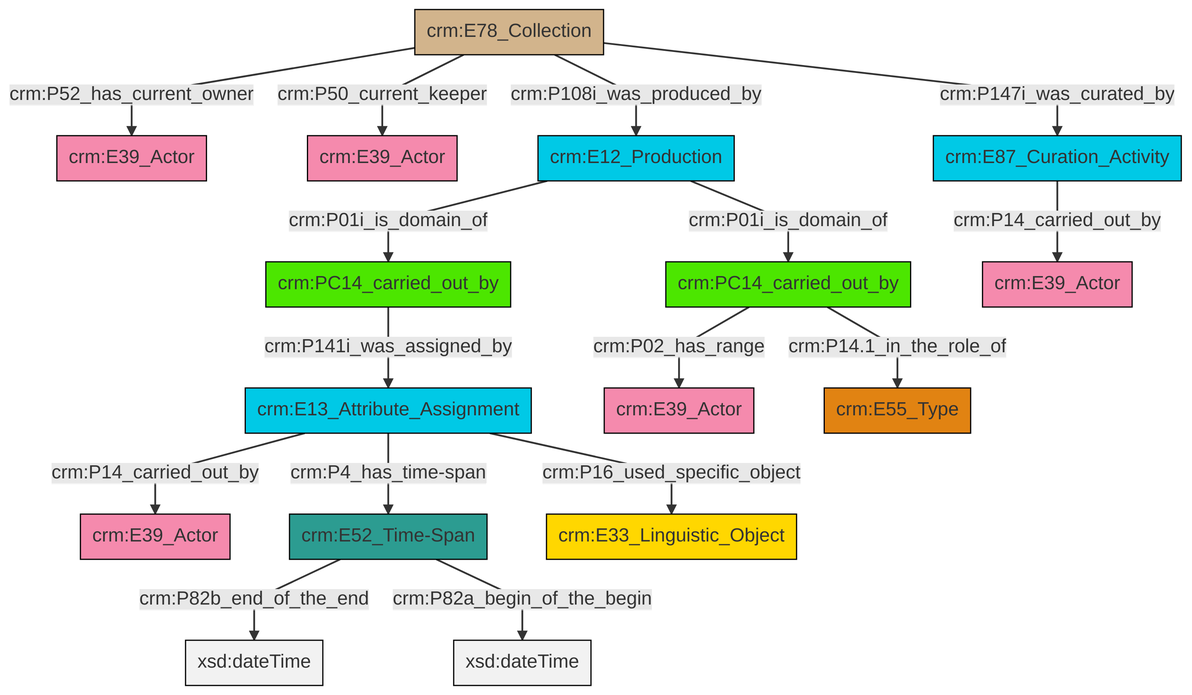
This is et/archivalCSV/ttl/mmd/png/archival_relation.png from swiss-art-research-net/docs.swissartresearch, a Mermaid export, as it was before one commit. Its source is kept beside it as et/archivalCSV/ttl/mmd/archival_relation.ttl.mmd.
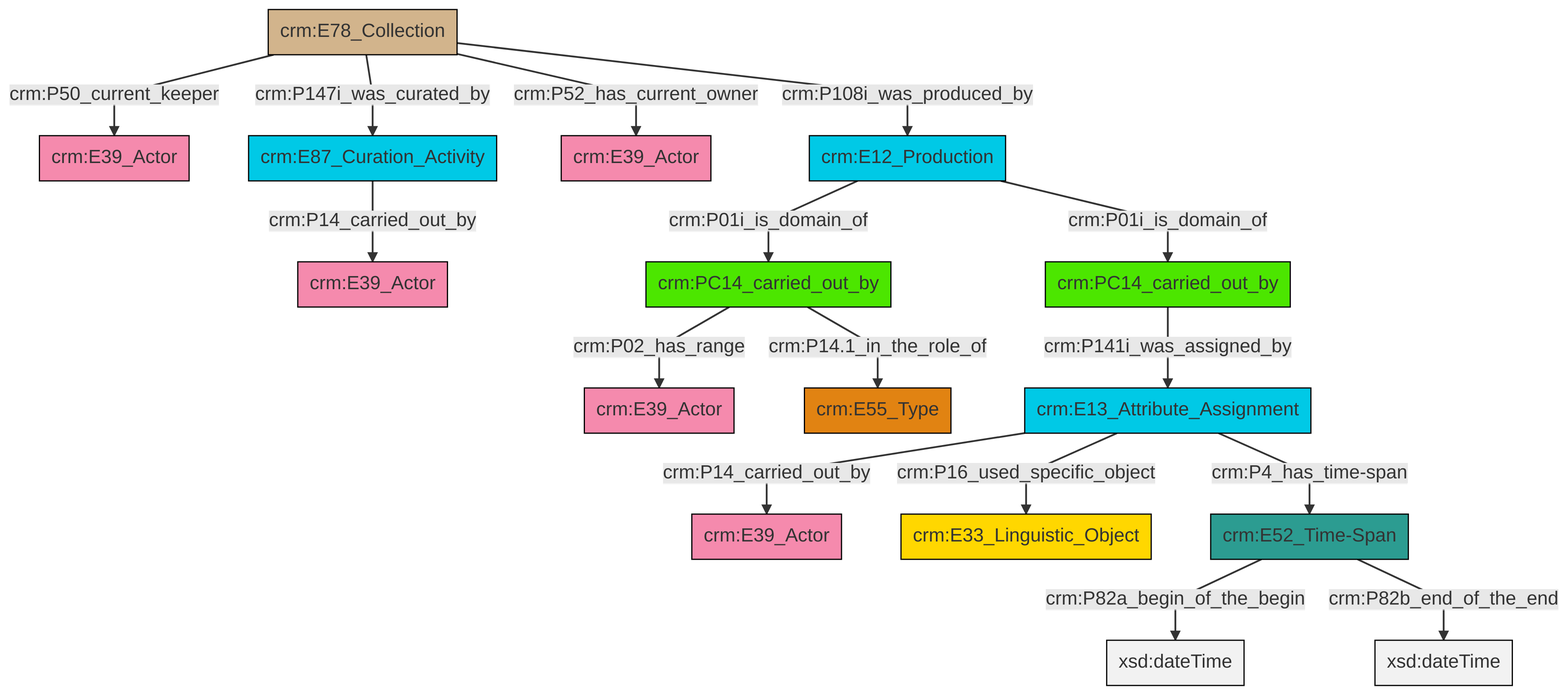
After the commit.

What changed in the source:
```diff
@@ -13,18 +13,18 @@
 classDef PC_Classes fill:#4ce600, stroke:#000000;
 classDef Multi fill:#cccccc,stroke:#000000;
 
-2["crm:E13_Attribute_Assignment"]:::Temporal_Entity -->|crm:P14_carried_out_by| 3["crm:E39_Actor"]:::Actor
-4["crm:PC14_carried_out_by"]:::PC_Classes -->|crm:P141i_was_assigned_by| 2["crm:E13_Attribute_Assignment"]:::Temporal_Entity
-5["crm:E52_Time-Span"]:::Time-Span -->|crm:P82b_end_of_the_end| 6[xsd:dateTime]:::Literal
-9["crm:E78_Collection"]:::Physical_Thing -->|crm:P50_current_keeper| 10["crm:E39_Actor"]:::Actor
-0["crm:PC14_carried_out_by"]:::PC_Classes -->|crm:P02_has_range| 15["crm:E39_Actor"]:::Actor
-9["crm:E78_Collection"]:::Physical_Thing -->|crm:P52_has_current_owner| 7["crm:E39_Actor"]:::Actor
-9["crm:E78_Collection"]:::Physical_Thing -->|crm:P108i_was_produced_by| 17["crm:E12_Production"]:::Temporal_Entity
-5["crm:E52_Time-Span"]:::Time-Span -->|crm:P82a_begin_of_the_begin| 22[xsd:dateTime]:::Literal
-0["crm:PC14_carried_out_by"]:::PC_Classes -->|crm:P14.1_in_the_role_of| 24["crm:E55_Type"]:::Type
-17["crm:E12_Production"]:::Temporal_Entity -->|crm:P01i_is_domain_of| 4["crm:PC14_carried_out_by"]:::PC_Classes
-2["crm:E13_Attribute_Assignment"]:::Temporal_Entity -->|crm:P16_used_specific_object| 11["crm:E33_Linguistic_Object"]:::Conceptual_Object
-2["crm:E13_Attribute_Assignment"]:::Temporal_Entity -->|crm:P4_has_time-span| 5["crm:E52_Time-Span"]:::Time-Span
-13["crm:E87_Curation_Activity"]:::Temporal_Entity -->|crm:P14_carried_out_by| 19["crm:E39_Actor"]:::Actor
-9["crm:E78_Collection"]:::Physical_Thing -->|crm:P147i_was_curated_by| 13["crm:E87_Curation_Activity"]:::Temporal_Entity
-17["crm:E12_Production"]:::Temporal_Entity -->|crm:P01i_is_domain_of| 0["crm:PC14_carried_out_by"]:::PC_Classes
+2["crm:E13_Attribute_Assignment"]:::Temporal_Entity -->|crm:P14_carried_out_by| 0["crm:E39_Actor"]:::Actor
+4["crm:E78_Collection"]:::Physical_Thing -->|crm:P50_current_keeper| 5["crm:E39_Actor"]:::Actor
+10["crm:PC14_carried_out_by"]:::PC_Classes -->|crm:P02_has_range| 11["crm:E39_Actor"]:::Actor
+10["crm:PC14_carried_out_by"]:::PC_Classes -->|crm:P14.1_in_the_role_of| 12["crm:E55_Type"]:::Type
+13["crm:E12_Production"]:::Temporal_Entity -->|crm:P01i_is_domain_of| 10["crm:PC14_carried_out_by"]:::PC_Classes
+8["crm:E52_Time-Span"]:::Time-Span -->|crm:P82a_begin_of_the_begin| 14[xsd:dateTime]:::Literal
+4["crm:E78_Collection"]:::Physical_Thing -->|crm:P147i_was_curated_by| 15["crm:E87_Curation_Activity"]:::Temporal_Entity
+2["crm:E13_Attribute_Assignment"]:::Temporal_Entity -->|crm:P16_used_specific_object| 6["crm:E33_Linguistic_Object"]:::Conceptual_Object
+8["crm:E52_Time-Span"]:::Time-Span -->|crm:P82b_end_of_the_end| 19[xsd:dateTime]:::Literal
+13["crm:E12_Production"]:::Temporal_Entity -->|crm:P01i_is_domain_of| 22["crm:PC14_carried_out_by"]:::PC_Classes
+22["crm:PC14_carried_out_by"]:::PC_Classes -->|crm:P141i_was_assigned_by| 2["crm:E13_Attribute_Assignment"]:::Temporal_Entity
+2["crm:E13_Attribute_Assignment"]:::Temporal_Entity -->|crm:P4_has_time-span| 8["crm:E52_Time-Span"]:::Time-Span
+15["crm:E87_Curation_Activity"]:::Temporal_Entity -->|crm:P14_carried_out_by| 20["crm:E39_Actor"]:::Actor
+4["crm:E78_Collection"]:::Physical_Thing -->|crm:P52_has_current_owner| 27["crm:E39_Actor"]:::Actor
+4["crm:E78_Collection"]:::Physical_Thing -->|crm:P108i_was_produced_by| 13["crm:E12_Production"]:::Temporal_Entity
```
